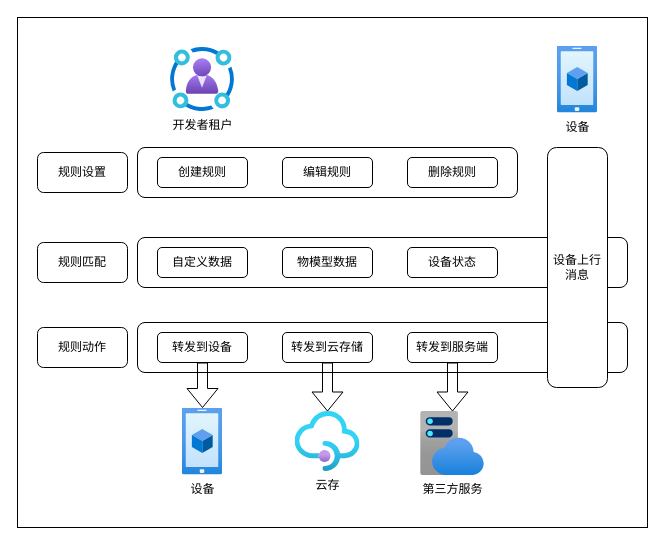
Earlier version of the draw.io diagram 规则引擎结构.drawio (wjwzero/DesignDrawing-). Source tidied: cells renumbered, new cells numbered last; positions are measured from the earlier drawing's top-left corner, leaving out a move shared by most shapes. Both pictures are drawn from the tidied source at 100%, with x=0, y=0 at pixel (17, 17).
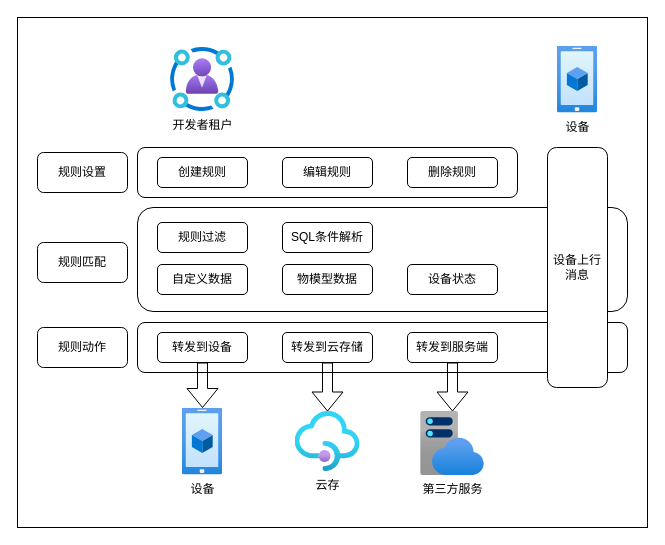
The same diagram, later.

Commit message (it also covers changes not shown here):
更新规则引擎结构.drawio

What changed in the source:
```diff
@@
     <mxCell id="4" style="rounded=1;whiteSpace=wrap;html=1;" parent="1" vertex="1">
-      <mxGeometry x="120" y="220" width="490" height="50" as="geometry" />
+      <mxGeometry x="120" y="190" width="490" height="104" as="geometry" />
     </mxCell>
@@
     <mxCell id="15" value="自定义数据" style="rounded=1;whiteSpace=wrap;html=1;" parent="1" vertex="1">
-      <mxGeometry x="140" y="230" width="90" height="30" as="geometry" />
+      <mxGeometry x="140" y="247" width="90" height="30" as="geometry" />
     </mxCell>
     <mxCell id="16" value="物模型数据" style="rounded=1;whiteSpace=wrap;html=1;" parent="1" vertex="1">
-      <mxGeometry x="265" y="230" width="90" height="30" as="geometry" />
+      <mxGeometry x="265" y="247" width="90" height="30" as="geometry" />
     </mxCell>
     <mxCell id="17" value="设备状态" style="rounded=1;whiteSpace=wrap;html=1;" parent="1" vertex="1">
-      <mxGeometry x="390" y="230" width="90" height="30" as="geometry" />
+      <mxGeometry x="390" y="247" width="90" height="30" as="geometry" />
     </mxCell>
@@
+    <mxCell id="27" value="规则过滤" style="rounded=1;whiteSpace=wrap;html=1;" parent="1" vertex="1">
+      <mxGeometry x="140" y="205" width="90" height="30" as="geometry" />
+    </mxCell>
+    <mxCell id="28" value="SQL条件解析" style="rounded=1;whiteSpace=wrap;html=1;" parent="1" vertex="1">
+      <mxGeometry x="265" y="205" width="90" height="30" as="geometry" />
+    </mxCell>
```
